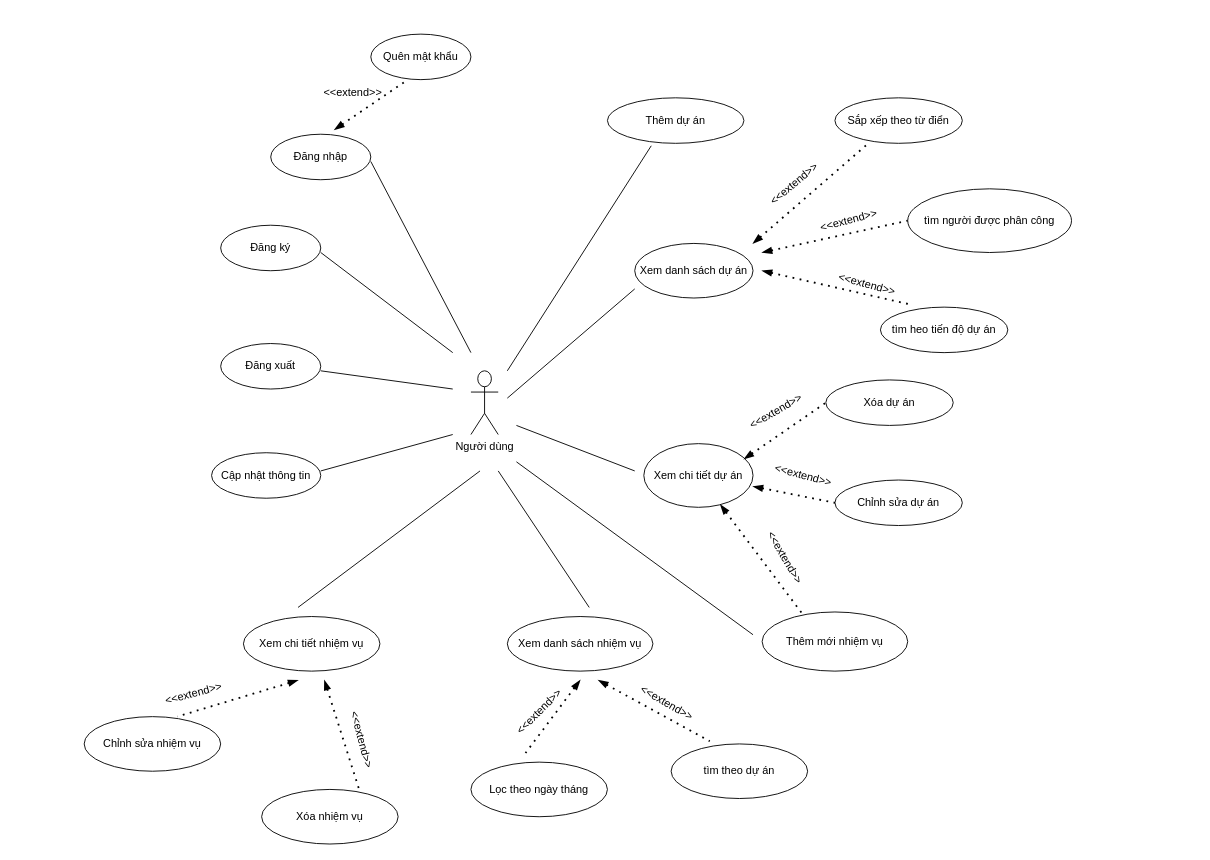
Earlier version of the draw.io diagram Untitled Diagram.drawio (Dat02/for_fun). Source tidied: cells renumbered, new cells numbered last; positions are measured from the earlier drawing's top-left corner, leaving out a move shared by most shapes. Both pictures are drawn from the tidied source at 91%, with x=0, y=0 at pixel (84, 34).
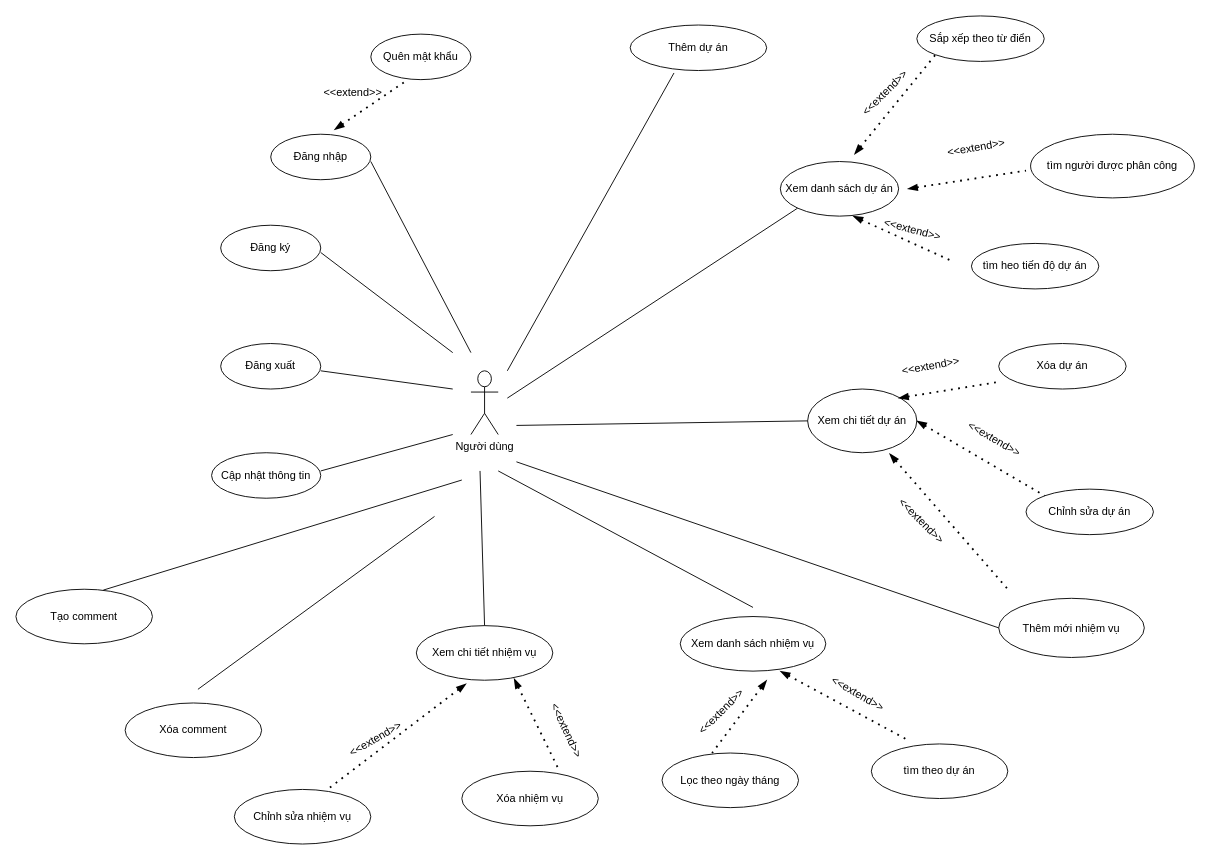
After the change.

Commit message:
Cập nhật Untitled Diagram.drawio

The edit, as a diff of the source:
```diff
@@
     <mxCell id="6" value="Xem danh sách dự án" style="ellipse;whiteSpace=wrap;html=1;" parent="1" vertex="1">
-      <mxGeometry x="605" y="230" width="130" height="60" as="geometry" />
+      <mxGeometry x="765" y="140" width="130" height="60" as="geometry" />
     </mxCell>
     <mxCell id="7" value="Thêm dự án" style="ellipse;whiteSpace=wrap;html=1;" parent="1" vertex="1">
-      <mxGeometry x="575" y="70" width="150" height="50" as="geometry" />
+      <mxGeometry x="600" y="-10" width="150" height="50" as="geometry" />
     </mxCell>
     <mxCell id="8" value="Xem chi tiết dự án" style="ellipse;whiteSpace=wrap;html=1;" parent="1" vertex="1">
-      <mxGeometry x="615" y="450" width="120" height="70" as="geometry" />
+      <mxGeometry x="795" y="390" width="120" height="70" as="geometry" />
     </mxCell>
     <mxCell id="9" value="Sắp xếp theo từ điển" style="ellipse;whiteSpace=wrap;html=1;" parent="1" vertex="1">
-      <mxGeometry x="825" y="70" width="140" height="50" as="geometry" />
+      <mxGeometry x="915" y="-20" width="140" height="50" as="geometry" />
     </mxCell>
     <mxCell id="10" value="tìm heo tiến độ dự án" style="ellipse;whiteSpace=wrap;html=1;" parent="1" vertex="1">
-      <mxGeometry x="875" y="300" width="140" height="50" as="geometry" />
+      <mxGeometry x="975" y="230" width="140" height="50" as="geometry" />
     </mxCell>
     <mxCell id="11" value="Chỉnh sửa dự án" style="ellipse;whiteSpace=wrap;html=1;" parent="1" vertex="1">
-      <mxGeometry x="825" y="490" width="140" height="50" as="geometry" />
+      <mxGeometry x="1035" y="500" width="140" height="50" as="geometry" />
     </mxCell>
     <mxCell id="12" value="Xóa dự án" style="ellipse;whiteSpace=wrap;html=1;" parent="1" vertex="1">
-      <mxGeometry x="815" y="380" width="140" height="50" as="geometry" />
+      <mxGeometry x="1005" y="340" width="140" height="50" as="geometry" />
     </mxCell>
     <mxCell id="13" value="Thêm mới nhiệm vụ" style="ellipse;whiteSpace=wrap;html=1;" parent="1" vertex="1">
-      <mxGeometry x="745" y="635" width="160" height="65" as="geometry" />
+      <mxGeometry x="1005" y="620" width="160" height="65" as="geometry" />
     </mxCell>
     <mxCell id="14" value="Xem danh sách nhiệm vụ" style="ellipse;whiteSpace=wrap;html=1;" parent="1" vertex="1">
-      <mxGeometry x="465" y="640" width="160" height="60" as="geometry" />
+      <mxGeometry x="655" y="640" width="160" height="60" as="geometry" />
     </mxCell>
@@
     <mxCell id="16" value="Xem chi tiết nhiệm vụ" style="ellipse;whiteSpace=wrap;html=1;" parent="1" vertex="1">
-      <mxGeometry x="175" y="640" width="150" height="60" as="geometry" />
+      <mxGeometry x="365" y="650" width="150" height="60" as="geometry" />
     </mxCell>
     <mxCell id="17" value="Xóa nhiệm vụ" style="ellipse;whiteSpace=wrap;html=1;" parent="1" vertex="1">
-      <mxGeometry x="195" y="830" width="150" height="60" as="geometry" />
+      <mxGeometry x="415" y="810" width="150" height="60" as="geometry" />
     </mxCell>
     <mxCell id="18" value="Chỉnh sửa nhiệm vụ" style="ellipse;whiteSpace=wrap;html=1;" parent="1" vertex="1">
-      <mxGeometry y="750" width="150" height="60" as="geometry" />
+      <mxGeometry x="165" y="830" width="150" height="60" as="geometry" />
     </mxCell>
     <mxCell id="19" value="Lọc theo ngày tháng" style="ellipse;whiteSpace=wrap;html=1;" parent="1" vertex="1">
-      <mxGeometry x="425" y="800" width="150" height="60" as="geometry" />
+      <mxGeometry x="635" y="790" width="150" height="60" as="geometry" />
     </mxCell>
     <mxCell id="20" value="tìm theo dự án" style="ellipse;whiteSpace=wrap;html=1;" parent="1" vertex="1">
-      <mxGeometry x="645" y="780" width="150" height="60" as="geometry" />
+      <mxGeometry x="865" y="780" width="150" height="60" as="geometry" />
     </mxCell>
@@
-    <mxCell id="27" style="endArrow=none;html=1;rounded=0;" parent="1" edge="1">
+    <mxCell id="27" style="endArrow=none;html=1;rounded=0;entryX=0;entryY=1;entryDx=0;entryDy=0;" parent="1" edge="1" target="6">
       <mxGeometry relative="1" as="geometry">
         <mxPoint x="465" y="400" as="sourcePoint" />
-        <mxPoint x="605" y="280" as="targetPoint" />
       </mxGeometry>
     </mxCell>
-    <mxCell id="28" style="endArrow=none;html=1;rounded=0;" parent="1" edge="1">
+    <mxCell id="28" style="endArrow=none;html=1;rounded=0;entryX=0;entryY=0.5;entryDx=0;entryDy=0;" parent="1" edge="1" target="8">
       <mxGeometry relative="1" as="geometry">
         <mxPoint x="475" y="430" as="sourcePoint" />
-        <mxPoint x="605" y="480" as="targetPoint" />
       </mxGeometry>
     </mxCell>
     <mxCell id="29" style="endArrow=none;html=1;rounded=0;" parent="1" edge="1">
       <mxGeometry relative="1" as="geometry">
         <mxPoint x="455" y="480" as="sourcePoint" />
-        <mxPoint x="555" y="630" as="targetPoint" />
+        <mxPoint x="735" y="630" as="targetPoint" />
       </mxGeometry>
     </mxCell>
-    <mxCell id="30" style="endArrow=none;html=1;rounded=0;" parent="1" edge="1">
+    <mxCell id="30" style="endArrow=none;html=1;rounded=0;exitX=0.5;exitY=0;exitDx=0;exitDy=0;" parent="1" edge="1" source="16">
       <mxGeometry relative="1" as="geometry">
-        <mxPoint x="235" y="630" as="sourcePoint" />
         <mxPoint x="435" y="480" as="targetPoint" />
       </mxGeometry>
     </mxCell>
-    <mxCell id="31" style="endArrow=none;dashed=1;html=1;dashPattern=1 3;strokeWidth=2;rounded=0;startArrow=blockThin;startFill=1;entryX=0.252;entryY=1.026;entryDx=0;entryDy=0;entryPerimeter=0;" parent="1" edge="1" target="9">
-      <mxGeometry relative="1" as="geometry">
-        <mxPoint x="735" y="230" as="sourcePoint" />
-      </mxGeometry>
-    </mxCell>
-    <mxCell id="32" style="endArrow=none;dashed=1;html=1;dashPattern=1 3;strokeWidth=2;rounded=0;startArrow=blockThin;startFill=1;entryX=0.232;entryY=-0.06;entryDx=0;entryDy=0;entryPerimeter=0;" parent="1" edge="1" target="10">
-      <mxGeometry relative="1" as="geometry">
-        <mxPoint x="745" y="260" as="sourcePoint" />
-      </mxGeometry>
-    </mxCell>
-    <mxCell id="33" style="endArrow=none;dashed=1;html=1;dashPattern=1 3;strokeWidth=2;rounded=0;startArrow=blockThin;startFill=1;entryX=0;entryY=0.5;entryDx=0;entryDy=0;" parent="1" edge="1" target="12">
-      <mxGeometry relative="1" as="geometry">
-        <mxPoint x="725" y="467" as="sourcePoint" />
-      </mxGeometry>
-    </mxCell>
-    <mxCell id="34" style="endArrow=none;dashed=1;html=1;dashPattern=1 3;strokeWidth=2;rounded=0;startArrow=blockThin;startFill=1;entryX=0;entryY=0.5;entryDx=0;entryDy=0;" parent="1" edge="1" target="11">
-      <mxGeometry relative="1" as="geometry">
-        <mxPoint x="735" y="497" as="sourcePoint" />
-      </mxGeometry>
-    </mxCell>
-    <mxCell id="35" style="endArrow=none;dashed=1;html=1;dashPattern=1 3;strokeWidth=2;rounded=0;startArrow=blockThin;startFill=1;entryX=0.283;entryY=0.053;entryDx=0;entryDy=0;entryPerimeter=0;" parent="1" edge="1" source="8" target="13">
-      <mxGeometry relative="1" as="geometry" />
-    </mxCell>
-    <mxCell id="36" style="endArrow=none;dashed=1;html=1;dashPattern=1 3;strokeWidth=2;rounded=0;startArrow=blockThin;startFill=1;entryX=0.283;entryY=-0.05;entryDx=0;entryDy=0;entryPerimeter=0;" parent="1" edge="1" target="20">
-      <mxGeometry relative="1" as="geometry">
-        <mxPoint x="565" y="710" as="sourcePoint" />
-      </mxGeometry>
+    <mxCell id="36" style="endArrow=none;dashed=1;html=1;dashPattern=1 3;strokeWidth=2;rounded=0;startArrow=blockThin;startFill=1;entryX=0.283;entryY=-0.05;entryDx=0;entryDy=0;entryPerimeter=0;exitX=0.687;exitY=1;exitDx=0;exitDy=0;exitPerimeter=0;" parent="1" edge="1" source="14" target="20">
+      <mxGeometry relative="1" as="geometry" />
     </mxCell>
     <mxCell id="37" style="endArrow=none;dashed=1;html=1;dashPattern=1 3;strokeWidth=2;rounded=0;startArrow=blockThin;startFill=1;" parent="1" edge="1">
       <mxGeometry relative="1" as="geometry">
-        <mxPoint x="545" y="710" as="sourcePoint" />
-        <mxPoint x="485" y="790" as="targetPoint" />
+        <mxPoint x="750" y="710" as="sourcePoint" />
+        <mxPoint x="690" y="790" as="targetPoint" />
       </mxGeometry>
     </mxCell>
-    <mxCell id="38" style="endArrow=none;dashed=1;html=1;dashPattern=1 3;strokeWidth=2;rounded=0;startArrow=blockThin;startFill=1;entryX=0.711;entryY=-0.026;entryDx=0;entryDy=0;entryPerimeter=0;" parent="1" edge="1" target="17">
-      <mxGeometry relative="1" as="geometry">
-        <mxPoint x="264" y="710" as="sourcePoint" />
-      </mxGeometry>
+    <mxCell id="38" style="endArrow=none;dashed=1;html=1;dashPattern=1 3;strokeWidth=2;rounded=0;startArrow=blockThin;startFill=1;entryX=0.711;entryY=-0.026;entryDx=0;entryDy=0;entryPerimeter=0;exitX=0.716;exitY=0.97;exitDx=0;exitDy=0;exitPerimeter=0;" parent="1" edge="1" source="16" target="17">
+      <mxGeometry relative="1" as="geometry" />
     </mxCell>
-    <mxCell id="39" style="endArrow=none;dashed=1;html=1;dashPattern=1 3;strokeWidth=2;rounded=0;startArrow=blockThin;startFill=1;entryX=0.683;entryY=-0.002;entryDx=0;entryDy=0;entryPerimeter=0;" parent="1" edge="1" target="18">
-      <mxGeometry relative="1" as="geometry">
-        <mxPoint x="235" y="710" as="sourcePoint" />
-      </mxGeometry>
+    <mxCell id="39" style="endArrow=none;dashed=1;html=1;dashPattern=1 3;strokeWidth=2;rounded=0;startArrow=blockThin;startFill=1;entryX=0.683;entryY=-0.002;entryDx=0;entryDy=0;entryPerimeter=0;exitX=0.365;exitY=1.063;exitDx=0;exitDy=0;exitPerimeter=0;" parent="1" edge="1" source="16" target="18">
+      <mxGeometry relative="1" as="geometry" />
     </mxCell>
     <mxCell id="40" value="tìm người được phân công" style="ellipse;whiteSpace=wrap;html=1;" parent="1" vertex="1">
-      <mxGeometry x="905" y="170" width="180" height="70" as="geometry" />
+      <mxGeometry x="1040" y="110" width="180" height="70" as="geometry" />
     </mxCell>
-    <mxCell id="41" style="endArrow=none;dashed=1;html=1;dashPattern=1 3;strokeWidth=2;rounded=0;startArrow=blockThin;startFill=1;entryX=0;entryY=0.5;entryDx=0;entryDy=0;" parent="1" edge="1" target="40">
-      <mxGeometry relative="1" as="geometry">
-        <mxPoint x="745" y="240" as="sourcePoint" />
-      </mxGeometry>
-    </mxCell>
@@
-    <mxCell id="44" value="&amp;lt;&amp;lt;extend&amp;gt;&amp;gt;" style="text;html=1;align=center;verticalAlign=middle;strokeColor=none;fillColor=none;rotation=60;" parent="1" vertex="1">
-      <mxGeometry x="725" y="560" width="90" height="30" as="geometry" />
-    </mxCell>
-    <mxCell id="45" value="&amp;lt;&amp;lt;extend&amp;gt;&amp;gt;" style="text;html=1;align=center;verticalAlign=middle;strokeColor=none;fillColor=none;rotation=15;" parent="1" vertex="1">
-      <mxGeometry x="745" y="470" width="90" height="30" as="geometry" />
-    </mxCell>
-    <mxCell id="46" value="&amp;lt;&amp;lt;extend&amp;gt;&amp;gt;" style="text;html=1;align=center;verticalAlign=middle;strokeColor=none;fillColor=none;rotation=-30;" parent="1" vertex="1">
-      <mxGeometry x="715" y="400" width="90" height="30" as="geometry" />
-    </mxCell>
     <mxCell id="47" value="&amp;lt;&amp;lt;extend&amp;gt;&amp;gt;" style="text;html=1;align=center;verticalAlign=middle;strokeColor=none;fillColor=none;rotation=15;" parent="1" vertex="1">
-      <mxGeometry x="815" y="260" width="90" height="30" as="geometry" />
+      <mxGeometry x="865" y="200" width="90" height="30" as="geometry" />
     </mxCell>
-    <mxCell id="48" value="&amp;lt;&amp;lt;extend&amp;gt;&amp;gt;" style="text;html=1;align=center;verticalAlign=middle;strokeColor=none;fillColor=none;rotation=-15;" parent="1" vertex="1">
-      <mxGeometry x="795" y="190" width="90" height="30" as="geometry" />
+    <mxCell id="48" value="&amp;lt;&amp;lt;extend&amp;gt;&amp;gt;" style="text;html=1;align=center;verticalAlign=middle;strokeColor=none;fillColor=none;rotation=-10;" parent="1" vertex="1">
+      <mxGeometry x="935" y="110" width="90" height="30" as="geometry" />
     </mxCell>
-    <mxCell id="49" value="&amp;lt;&amp;lt;extend&amp;gt;&amp;gt;" style="text;html=1;align=center;verticalAlign=middle;strokeColor=none;fillColor=none;rotation=-40;" parent="1" vertex="1">
-      <mxGeometry x="735" y="150" width="90" height="30" as="geometry" />
-    </mxCell>
-    <mxCell id="50" value="&amp;lt;&amp;lt;extend&amp;gt;&amp;gt;" style="text;html=1;align=center;verticalAlign=middle;strokeColor=none;fillColor=none;rotation=-15;" parent="1" vertex="1">
-      <mxGeometry x="75" y="710" width="90" height="30" as="geometry" />
+    <mxCell id="50" value="&amp;lt;&amp;lt;extend&amp;gt;&amp;gt;" style="text;html=1;align=center;verticalAlign=middle;strokeColor=none;fillColor=none;rotation=-30;" parent="1" vertex="1">
+      <mxGeometry x="275" y="760" width="90" height="30" as="geometry" />
     </mxCell>
-    <mxCell id="51" value="&amp;lt;&amp;lt;extend&amp;gt;&amp;gt;" style="text;html=1;align=center;verticalAlign=middle;strokeColor=none;fillColor=none;rotation=75;" parent="1" vertex="1">
-      <mxGeometry x="260" y="760" width="90" height="30" as="geometry" />
+    <mxCell id="51" value="&amp;lt;&amp;lt;extend&amp;gt;&amp;gt;" style="text;html=1;align=center;verticalAlign=middle;strokeColor=none;fillColor=none;rotation=65;" parent="1" vertex="1">
+      <mxGeometry x="485" y="750" width="90" height="30" as="geometry" />
     </mxCell>
     <mxCell id="52" value="&amp;lt;&amp;lt;extend&amp;gt;&amp;gt;" style="text;html=1;align=center;verticalAlign=middle;strokeColor=none;fillColor=none;rotation=-45;" parent="1" vertex="1">
-      <mxGeometry x="455" y="730" width="90" height="30" as="geometry" />
+      <mxGeometry x="655" y="730" width="90" height="30" as="geometry" />
     </mxCell>
     <mxCell id="53" value="&amp;lt;&amp;lt;extend&amp;gt;&amp;gt;" style="text;html=1;align=center;verticalAlign=middle;strokeColor=none;fillColor=none;rotation=30;" parent="1" vertex="1">
-      <mxGeometry x="595" y="720" width="90" height="30" as="geometry" />
+      <mxGeometry x="805" y="710" width="90" height="30" as="geometry" />
     </mxCell>
-    <mxCell id="54" style="endArrow=none;html=1;rounded=0;" parent="1" edge="1">
+    <mxCell id="54" style="endArrow=none;html=1;rounded=0;entryX=0;entryY=0.5;entryDx=0;entryDy=0;" parent="1" edge="1" target="13">
       <mxGeometry relative="1" as="geometry">
         <mxPoint x="475" y="470" as="sourcePoint" />
-        <mxPoint x="735" y="660" as="targetPoint" />
       </mxGeometry>
     </mxCell>
+    <mxCell id="49" value="&amp;lt;&amp;lt;extend&amp;gt;&amp;gt;" style="text;html=1;align=center;verticalAlign=middle;strokeColor=none;fillColor=none;rotation=-45;" parent="1" vertex="1">
+      <mxGeometry x="835" y="50" width="90" height="30" as="geometry" />
+    </mxCell>
+    <mxCell id="55" style="endArrow=none;dashed=1;html=1;dashPattern=1 3;strokeWidth=2;rounded=0;startArrow=blockThin;startFill=1;entryX=0;entryY=1;entryDx=0;entryDy=0;" parent="1" edge="1" target="9">
+      <mxGeometry relative="1" as="geometry">
+        <mxPoint x="846.5" y="132" as="sourcePoint" />
+      </mxGeometry>
+    </mxCell>
+    <mxCell id="56" style="endArrow=none;dashed=1;html=1;dashPattern=1 3;strokeWidth=2;rounded=0;startArrow=blockThin;startFill=1;" parent="1" edge="1">
+      <mxGeometry relative="1" as="geometry">
+        <mxPoint x="905" y="170" as="sourcePoint" />
+        <mxPoint x="1035" y="150" as="targetPoint" />
+      </mxGeometry>
+    </mxCell>
+    <mxCell id="57" style="endArrow=none;dashed=1;html=1;dashPattern=1 3;strokeWidth=2;rounded=0;startArrow=blockThin;startFill=1;exitX=0.615;exitY=1;exitDx=0;exitDy=0;exitPerimeter=0;" parent="1" edge="1" source="6">
+      <mxGeometry relative="1" as="geometry">
+        <mxPoint x="955" y="250" as="targetPoint" />
+      </mxGeometry>
+    </mxCell>
+    <mxCell id="58" style="endArrow=none;dashed=1;html=1;dashPattern=1 3;strokeWidth=2;rounded=0;startArrow=blockThin;startFill=1;exitX=1;exitY=0.5;exitDx=0;exitDy=0;entryX=0;entryY=0;entryDx=0;entryDy=0;" parent="1" edge="1" source="8" target="11">
+      <mxGeometry relative="1" as="geometry" />
+    </mxCell>
+    <mxCell id="59" style="endArrow=none;dashed=1;html=1;dashPattern=1 3;strokeWidth=2;rounded=0;startArrow=blockThin;startFill=1;exitX=0.75;exitY=1.014;exitDx=0;exitDy=0;exitPerimeter=0;" parent="1" edge="1" source="8">
+      <mxGeometry relative="1" as="geometry">
+        <mxPoint x="1015" y="610" as="targetPoint" />
+      </mxGeometry>
+    </mxCell>
+    <mxCell id="60" style="endArrow=none;dashed=1;html=1;dashPattern=1 3;strokeWidth=2;rounded=0;startArrow=blockThin;startFill=1;exitX=0.615;exitY=1;exitDx=0;exitDy=0;exitPerimeter=0;entryX=0.016;entryY=0.836;entryDx=0;entryDy=0;entryPerimeter=0;" parent="1" edge="1" target="12">
+      <mxGeometry relative="1" as="geometry">
+        <mxPoint x="895" y="400" as="sourcePoint" />
+      </mxGeometry>
+    </mxCell>
+    <mxCell id="61" value="&amp;lt;&amp;lt;extend&amp;gt;&amp;gt;" style="text;html=1;align=center;verticalAlign=middle;strokeColor=none;fillColor=none;rotation=-10;" parent="1" vertex="1">
+      <mxGeometry x="885" y="350" width="90" height="30" as="geometry" />
+    </mxCell>
+    <mxCell id="62" value="&amp;lt;&amp;lt;extend&amp;gt;&amp;gt;" style="text;html=1;align=center;verticalAlign=middle;strokeColor=none;fillColor=none;rotation=30;" parent="1" vertex="1">
+      <mxGeometry x="955" y="430" width="90" height="30" as="geometry" />
+    </mxCell>
+    <mxCell id="63" value="&amp;lt;&amp;lt;extend&amp;gt;&amp;gt;" style="text;html=1;align=center;verticalAlign=middle;strokeColor=none;fillColor=none;rotation=45;" parent="1" vertex="1">
+      <mxGeometry x="875" y="520" width="90" height="30" as="geometry" />
+    </mxCell>
+    <mxCell id="64" style="endArrow=none;html=1;rounded=0;exitX=0.64;exitY=0.016;exitDx=0;exitDy=0;exitPerimeter=0;" parent="1" edge="1" source="65">
+      <mxGeometry relative="1" as="geometry">
+        <mxPoint x="415" y="490" as="targetPoint" />
+      </mxGeometry>
+    </mxCell>
+    <mxCell id="65" value="Tạo comment" style="ellipse;whiteSpace=wrap;html=1;" parent="1" vertex="1">
+      <mxGeometry x="-75" y="610" width="150" height="60" as="geometry" />
+    </mxCell>
+    <mxCell id="66" value="Xóa comment" style="ellipse;whiteSpace=wrap;html=1;" parent="1" vertex="1">
+      <mxGeometry x="45" y="735" width="150" height="60" as="geometry" />
+    </mxCell>
+    <mxCell id="67" style="endArrow=none;html=1;rounded=0;" parent="1" edge="1">
+      <mxGeometry relative="1" as="geometry">
+        <mxPoint x="125" y="720" as="sourcePoint" />
+        <mxPoint x="385" y="530" as="targetPoint" />
+      </mxGeometry>
+    </mxCell>
```
